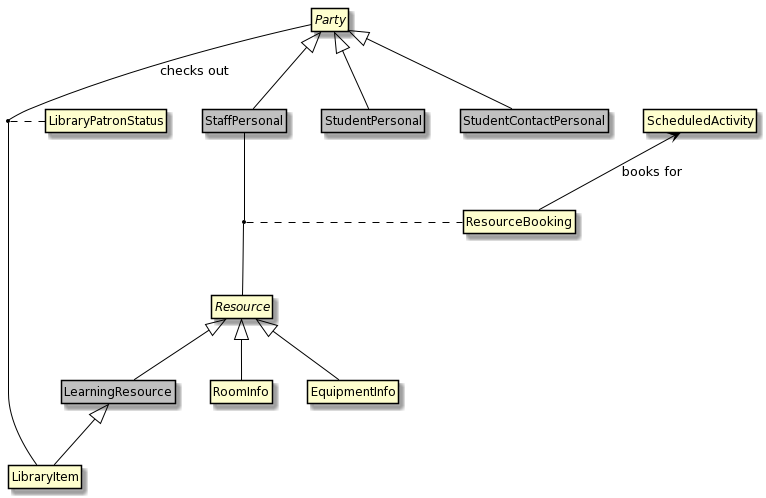
Above: 99_Resources/images/Logical_Scheduling.png in nsip/specgen_input_au (PlantUML), before the change.
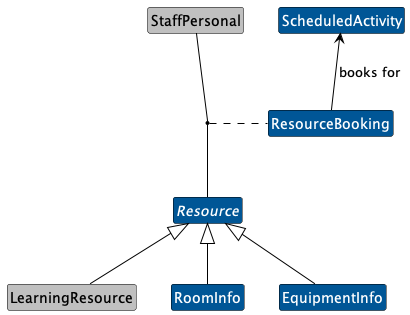
The same file after the commit.

What changed in the source:
```diff
@@ -5,28 +5,23 @@
 ArrowColor Black
 BorderColor Black
 }
+skinparam ClassBackgroundColor #005696
+skinparam ClassFontColor automatic
 
 
 abstract class Resource
-abstract class Party
 class LearningResource #silver
 class StaffPersonal #silver
-class StudentPersonal #silver
-class StudentContactPersonal #silver
 
 Resource <|-- RoomInfo
 Resource <|-- EquipmentInfo
 Resource <|-- LearningResource
-LearningResource <|-- LibraryItem
 
 StaffPersonal -- Resource
 (StaffPersonal, Resource) .. ResourceBooking
 ScheduledActivity <-- ResourceBooking : books for
 
-Party <|-- StaffPersonal
-Party <|-- StudentPersonal
-Party <|-- StudentContactPersonal
 
-Party -- LibraryItem : checks out
-(Party, LibraryItem) .. LibraryPatronStatus
+
+
 @enduml
```
